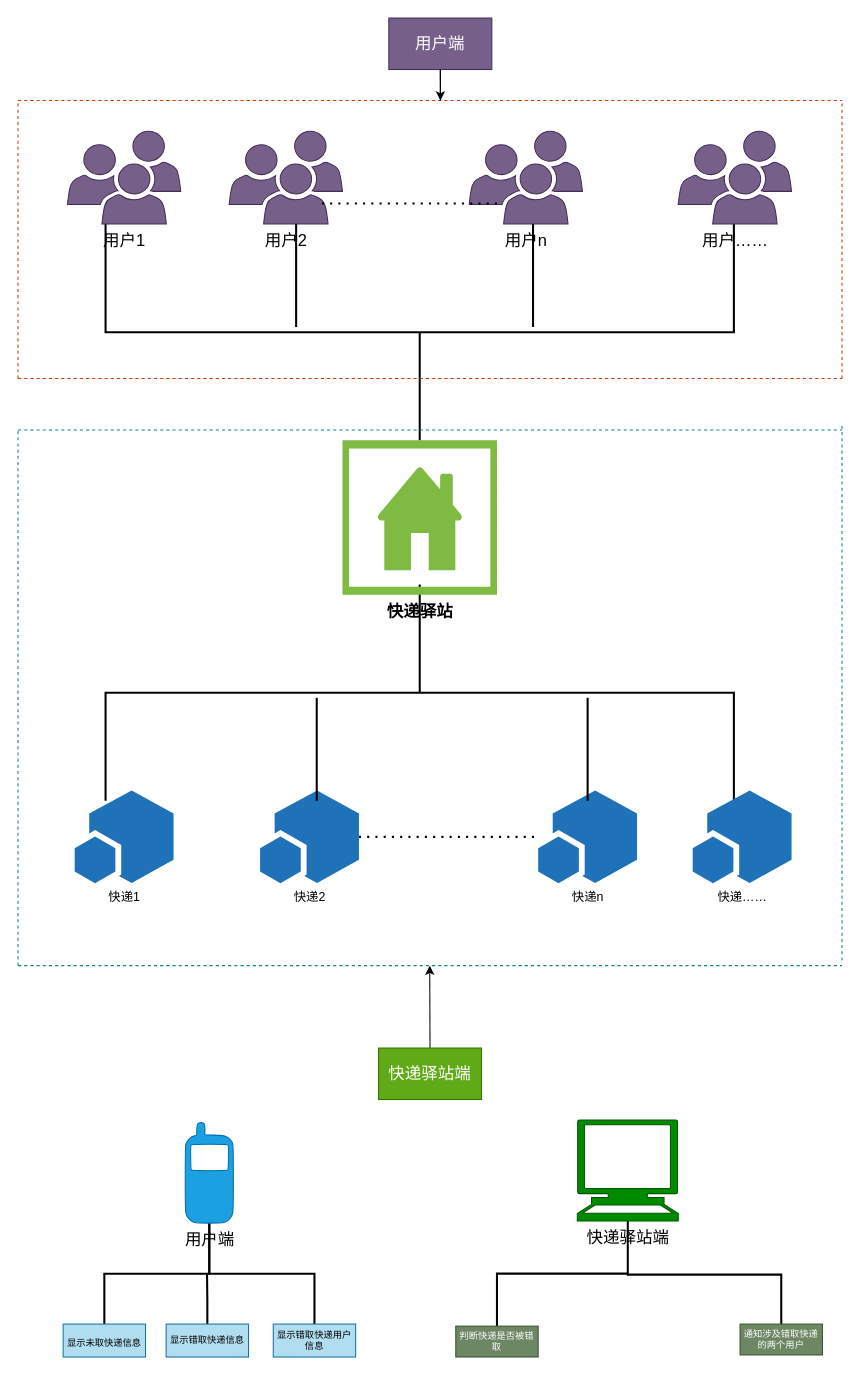
Earlier version of the draw.io diagram 说明文档/总体框架结构.drawio (NaNBridge/CQUPT_Express_Management_System). Source tidied: cells renumbered, new cells numbered last; positions are measured from the earlier drawing's top-left corner, leaving out a move shared by most shapes. Both pictures are drawn from the tidied source at 103%, with x=0, y=0 at pixel (18, 18).
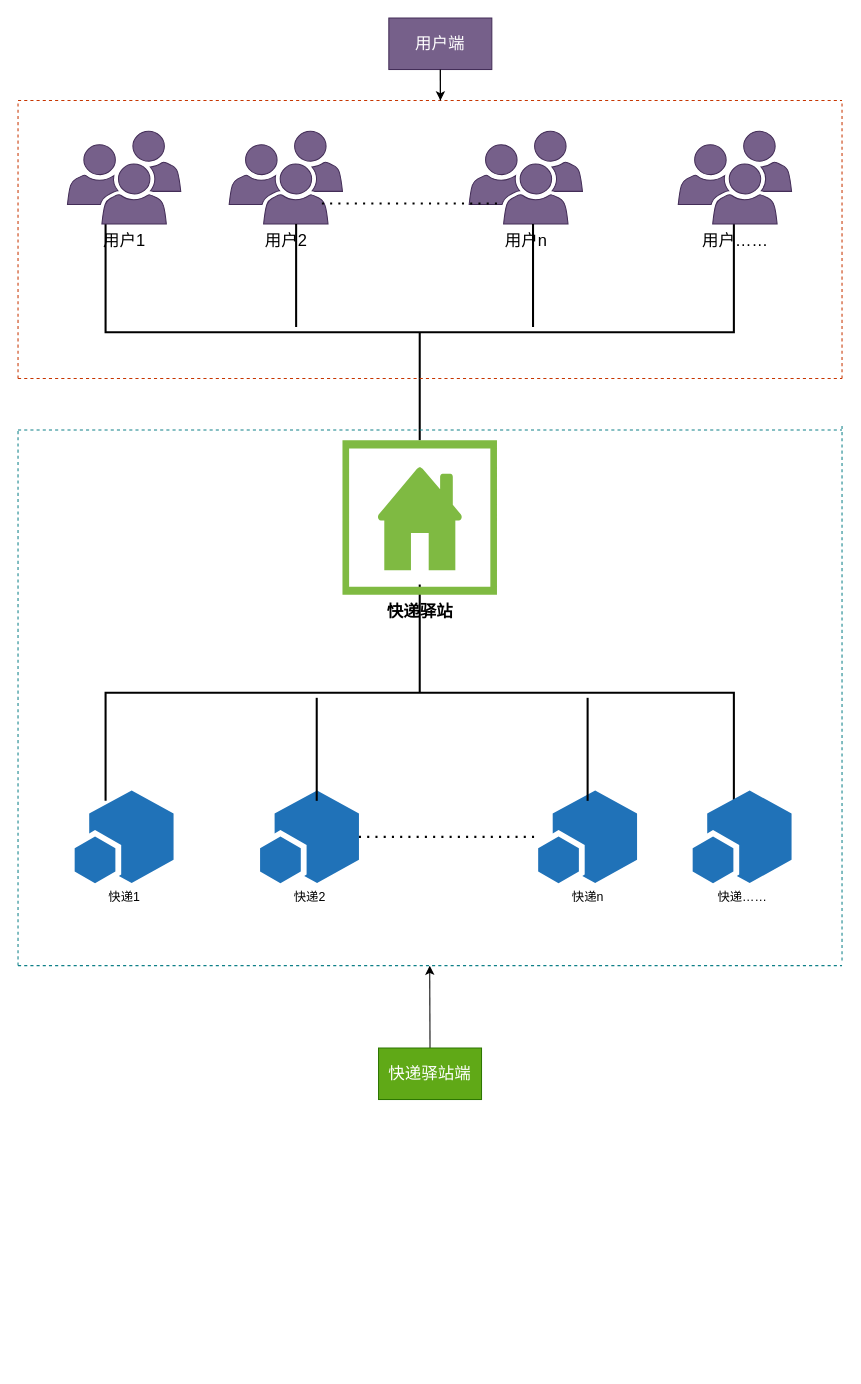
The same page after the edit.

Diff of the diagram source:
```diff
@@
-    <mxCell id="2" style="edgeStyle=orthogonalEdgeStyle;html=1;exitX=0.5;exitY=0;exitDx=0;exitDy=0;fontSize=9;fontColor=#000000;strokeWidth=2;rounded=0;endArrow=none;endFill=0;" parent="1" edge="1" source="41" target="33">
-      <mxGeometry relative="1" as="geometry" />
-    </mxCell>
@@
-    <mxCell id="33" value="&lt;font color=&quot;#000000&quot;&gt;快递驿站端&lt;/font&gt;" style="shape=mxgraph.signs.tech.computer;html=1;fillColor=#008a00;strokeColor=#005700;verticalLabelPosition=bottom;verticalAlign=top;align=center;sketch=0;fontSize=16;fontColor=#ffffff;" parent="1" vertex="1">
-      <mxGeometry x="543" y="1070" width="98" height="98" as="geometry" />
-    </mxCell>
-    <mxCell id="34" style="edgeStyle=orthogonalEdgeStyle;rounded=0;html=1;exitX=0.5;exitY=0;exitDx=0;exitDy=0;fontSize=9;fontColor=#000000;endArrow=none;endFill=0;strokeWidth=2;" parent="1" edge="1" source="35" target="40">
-      <mxGeometry relative="1" as="geometry" />
-    </mxCell>
-    <mxCell id="35" value="&lt;p style=&quot;line-height: 1.2&quot;&gt;&lt;font style=&quot;font-size: 9px&quot;&gt;显示未取快递信息&lt;/font&gt;&lt;/p&gt;" style="rounded=0;whiteSpace=wrap;html=1;fontSize=16;rotation=0;fillColor=#b1ddf0;strokeColor=#10739e;" parent="1" vertex="1">
-      <mxGeometry x="43.8" y="1268" width="80" height="32" as="geometry" />
-    </mxCell>
-    <mxCell id="36" style="edgeStyle=orthogonalEdgeStyle;rounded=0;html=1;exitX=0.5;exitY=0;exitDx=0;exitDy=0;fontSize=9;fontColor=#000000;endArrow=none;endFill=0;strokeWidth=2;" parent="1" edge="1" source="37">
-      <mxGeometry relative="1" as="geometry">
-        <mxPoint x="183.5" y="1220" as="targetPoint" />
-      </mxGeometry>
-    </mxCell>
-    <mxCell id="37" value="显示错取快递信息" style="rounded=0;whiteSpace=wrap;html=1;fontSize=9;fillColor=#b1ddf0;strokeColor=#10739e;" parent="1" vertex="1">
-      <mxGeometry x="143.8" y="1268" width="80" height="32" as="geometry" />
-    </mxCell>
-    <mxCell id="38" style="edgeStyle=orthogonalEdgeStyle;rounded=0;html=1;exitX=0.5;exitY=0;exitDx=0;exitDy=0;fontSize=9;fontColor=#000000;endArrow=none;endFill=0;strokeWidth=2;" parent="1" edge="1" source="39" target="40">
-      <mxGeometry relative="1" as="geometry" />
-    </mxCell>
-    <mxCell id="39" value="显示错取快递用户信息" style="rounded=0;whiteSpace=wrap;html=1;fontSize=9;fillColor=#b1ddf0;strokeColor=#10739e;" parent="1" vertex="1">
-      <mxGeometry x="247.8" y="1268" width="80" height="32" as="geometry" />
-    </mxCell>
-    <mxCell id="40" value="&lt;font color=&quot;#000000&quot;&gt;用户端&lt;/font&gt;" style="shape=mxgraph.signs.tech.cell_phone;html=1;fillColor=#1ba1e2;strokeColor=#006EAF;verticalLabelPosition=bottom;verticalAlign=top;align=center;sketch=0;fontSize=16;fontColor=#ffffff;" parent="1" vertex="1">
-      <mxGeometry x="162.2" y="1072.2" width="47" height="98" as="geometry" />
-    </mxCell>
-    <mxCell id="41" value="判断快递是否被错取" style="rounded=0;whiteSpace=wrap;html=1;fontSize=9;fillColor=#6d8764;strokeColor=#3A5431;fontColor=#ffffff;" parent="1" vertex="1">
-      <mxGeometry x="425" y="1270" width="80" height="30" as="geometry" />
-    </mxCell>
-    <mxCell id="42" style="edgeStyle=orthogonalEdgeStyle;rounded=0;html=1;exitX=0.5;exitY=0;exitDx=0;exitDy=0;fontSize=9;fontColor=#000000;endArrow=none;endFill=0;strokeWidth=2;" parent="1" edge="1" source="43">
-      <mxGeometry relative="1" as="geometry">
-        <mxPoint x="591" y="1220" as="targetPoint" />
-        <Array as="points">
-          <mxPoint x="741" y="1220" />
-        </Array>
-      </mxGeometry>
-    </mxCell>
-    <mxCell id="43" value="通知涉及错取快递的两个用户" style="rounded=0;whiteSpace=wrap;html=1;fontSize=9;fillColor=#6d8764;strokeColor=#3A5431;fontColor=#ffffff;" parent="1" vertex="1">
-      <mxGeometry x="701" y="1268" width="80" height="30" as="geometry" />
-    </mxCell>
```
